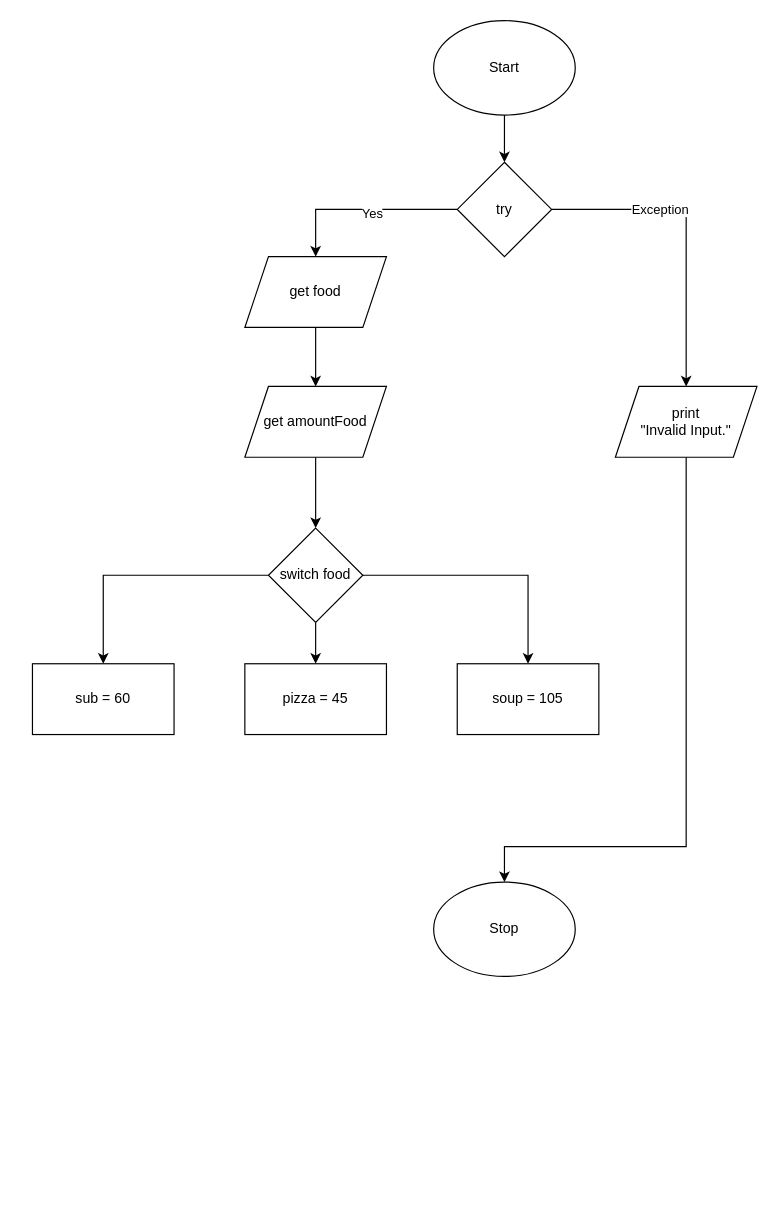
This is Design/Unit1-03.drawio from dbcalitis/ics4u-unit1-03-typescript, a draw.io file, before an edit. Source tidied: cells renumbered, new cells numbered last; positions are measured from the earlier drawing's top-left corner, leaving out a move shared by most shapes. Both pictures are drawn from the tidied source at 118%, with x=0, y=0 at pixel (32, 20).
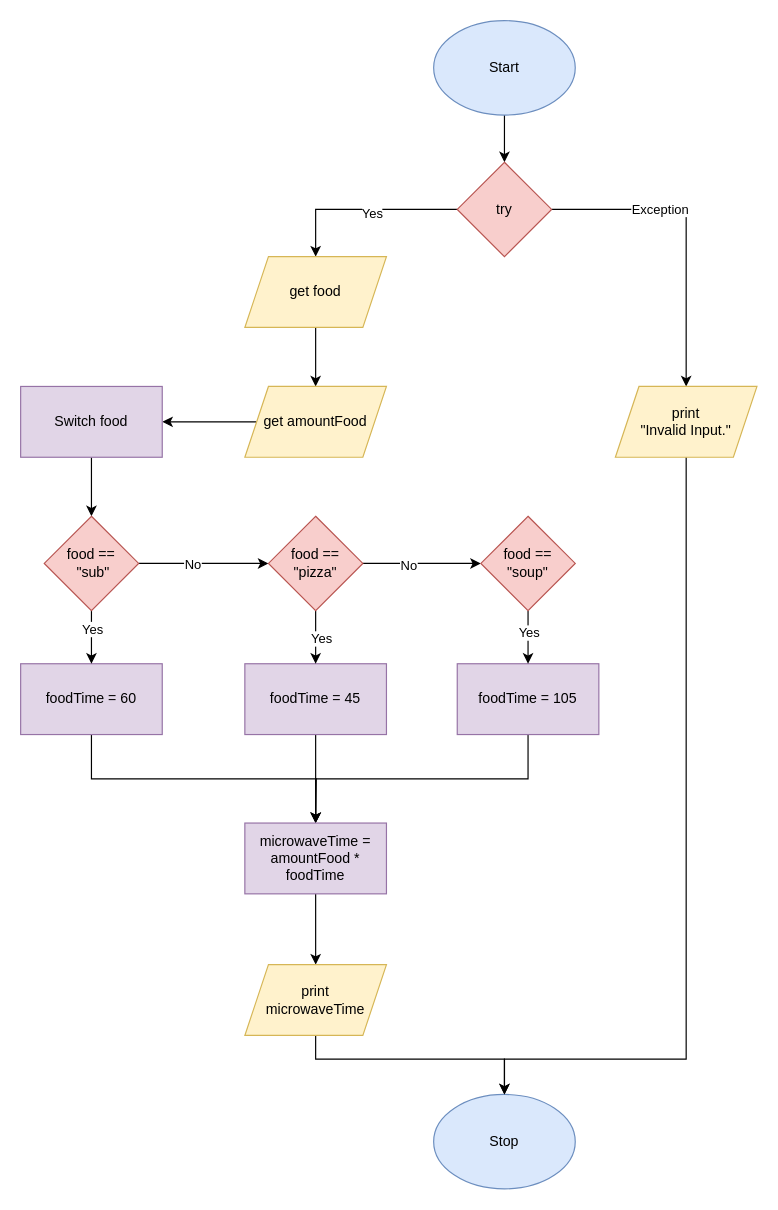
Above is the later version.

Commit message (it also covers changes not shown here):
Updated Design Content

The edit, as a diff of the source:
```diff
@@
-    <mxCell id="3" value="Start" style="ellipse;whiteSpace=wrap;html=1;" parent="1" vertex="1">
+    <mxCell id="3" value="Start" style="ellipse;whiteSpace=wrap;html=1;fillColor=#dae8fc;strokeColor=#6c8ebf;" parent="1" vertex="1">
       <mxGeometry x="340" width="120" height="80" as="geometry" />
     </mxCell>
-    <mxCell id="4" value="Stop" style="ellipse;whiteSpace=wrap;html=1;" parent="1" vertex="1">
-      <mxGeometry x="340" y="730" width="120" height="80" as="geometry" />
+    <mxCell id="4" value="Stop" style="ellipse;whiteSpace=wrap;html=1;fillColor=#dae8fc;strokeColor=#6c8ebf;" parent="1" vertex="1">
+      <mxGeometry x="340" y="910" width="120" height="80" as="geometry" />
     </mxCell>
@@
-    <mxCell id="9" value="try" style="rhombus;whiteSpace=wrap;html=1;" parent="1" vertex="1">
+    <mxCell id="9" value="try" style="rhombus;whiteSpace=wrap;html=1;fillColor=#f8cecc;strokeColor=#b85450;" parent="1" vertex="1">
       <mxGeometry x="360" y="120" width="80" height="80" as="geometry" />
     </mxCell>
@@
-    <mxCell id="11" value="get food" style="shape=parallelogram;perimeter=parallelogramPerimeter;whiteSpace=wrap;html=1;fixedSize=1;" parent="1" vertex="1">
+    <mxCell id="11" value="get food" style="shape=parallelogram;perimeter=parallelogramPerimeter;whiteSpace=wrap;html=1;fixedSize=1;fillColor=#fff2cc;strokeColor=#d6b656;" parent="1" vertex="1">
       <mxGeometry x="180" y="200" width="120" height="60" as="geometry" />
     </mxCell>
-    <mxCell id="12" style="edgeStyle=orthogonalEdgeStyle;rounded=0;html=1;exitX=0.5;exitY=1;exitDx=0;exitDy=0;entryX=0.5;entryY=0;entryDx=0;entryDy=0;" parent="1" edge="1" source="13" target="19">
-      <mxGeometry relative="1" as="geometry" />
-    </mxCell>
+    <mxCell id="23" style="edgeStyle=orthogonalEdgeStyle;rounded=0;html=1;exitX=0;exitY=0.5;exitDx=0;exitDy=0;entryX=1;entryY=0.5;entryDx=0;entryDy=0;" parent="1" edge="1" source="13" target="28">
+      <mxGeometry relative="1" as="geometry" />
+    </mxCell>
-    <mxCell id="13" value="get amountFood" style="shape=parallelogram;perimeter=parallelogramPerimeter;whiteSpace=wrap;html=1;fixedSize=1;" parent="1" vertex="1">
+    <mxCell id="13" value="get amountFood" style="shape=parallelogram;perimeter=parallelogramPerimeter;whiteSpace=wrap;html=1;fixedSize=1;fillColor=#fff2cc;strokeColor=#d6b656;" parent="1" vertex="1">
       <mxGeometry x="180" y="310" width="120" height="60" as="geometry" />
     </mxCell>
     <mxCell id="14" style="edgeStyle=orthogonalEdgeStyle;rounded=0;html=1;exitX=0.5;exitY=1;exitDx=0;exitDy=0;" parent="1" edge="1" source="15" target="4">
       <mxGeometry relative="1" as="geometry">
         <Array as="points">
-          <mxPoint x="554" y="700" />
-          <mxPoint x="400" y="700" />
+          <mxPoint x="554" y="880" />
+          <mxPoint x="400" y="880" />
         </Array>
       </mxGeometry>
     </mxCell>
-    <mxCell id="15" value="print &lt;br&gt;&quot;Invalid Input.&quot;" style="shape=parallelogram;perimeter=parallelogramPerimeter;whiteSpace=wrap;html=1;fixedSize=1;" parent="1" vertex="1">
+    <mxCell id="15" value="print &lt;br&gt;&quot;Invalid Input.&quot;" style="shape=parallelogram;perimeter=parallelogramPerimeter;whiteSpace=wrap;html=1;fixedSize=1;fillColor=#fff2cc;strokeColor=#d6b656;" parent="1" vertex="1">
       <mxGeometry x="494" y="310" width="120" height="60" as="geometry" />
     </mxCell>
-    <mxCell id="16" style="edgeStyle=orthogonalEdgeStyle;rounded=0;html=1;exitX=0.5;exitY=1;exitDx=0;exitDy=0;entryX=0.5;entryY=0;entryDx=0;entryDy=0;" parent="1" edge="1" source="19" target="21">
-      <mxGeometry relative="1" as="geometry" />
-    </mxCell>
-    <mxCell id="17" style="edgeStyle=orthogonalEdgeStyle;rounded=0;html=1;exitX=0;exitY=0.5;exitDx=0;exitDy=0;entryX=0.5;entryY=0;entryDx=0;entryDy=0;" parent="1" edge="1" source="19" target="20">
-      <mxGeometry relative="1" as="geometry" />
-    </mxCell>
-    <mxCell id="18" style="edgeStyle=orthogonalEdgeStyle;rounded=0;html=1;exitX=1;exitY=0.5;exitDx=0;exitDy=0;" parent="1" edge="1" source="19" target="22">
-      <mxGeometry relative="1" as="geometry" />
-    </mxCell>
-    <mxCell id="19" value="switch food" style="rhombus;whiteSpace=wrap;html=1;" parent="1" vertex="1">
-      <mxGeometry x="200" y="430" width="80" height="80" as="geometry" />
-    </mxCell>
+    <mxCell id="24" style="edgeStyle=orthogonalEdgeStyle;rounded=0;html=1;exitX=0.5;exitY=1;exitDx=0;exitDy=0;" parent="1" edge="1" source="20">
+      <mxGeometry relative="1" as="geometry">
+        <mxPoint x="240" y="680" as="targetPoint" />
+      </mxGeometry>
+    </mxCell>
-    <mxCell id="20" value="sub = 60" style="rounded=0;whiteSpace=wrap;html=1;" parent="1" vertex="1">
-      <mxGeometry y="545" width="120" height="60" as="geometry" />
+    <mxCell id="20" value="foodTime = 60" style="rounded=0;whiteSpace=wrap;html=1;fillColor=#e1d5e7;strokeColor=#9673a6;" parent="1" vertex="1">
+      <mxGeometry x="-10" y="545" width="120" height="60" as="geometry" />
     </mxCell>
+    <mxCell id="25" style="edgeStyle=orthogonalEdgeStyle;rounded=0;html=1;exitX=0.5;exitY=1;exitDx=0;exitDy=0;" parent="1" edge="1" source="21" target="43">
+      <mxGeometry relative="1" as="geometry" />
+    </mxCell>
-    <mxCell id="21" value="pizza = 45" style="rounded=0;whiteSpace=wrap;html=1;" parent="1" vertex="1">
+    <mxCell id="21" value="foodTime = 45" style="rounded=0;whiteSpace=wrap;html=1;fillColor=#e1d5e7;strokeColor=#9673a6;" parent="1" vertex="1">
       <mxGeometry x="180" y="545" width="120" height="60" as="geometry" />
     </mxCell>
+    <mxCell id="26" style="edgeStyle=orthogonalEdgeStyle;rounded=0;html=1;exitX=0.5;exitY=1;exitDx=0;exitDy=0;" parent="1" edge="1" source="22" target="43">
+      <mxGeometry relative="1" as="geometry" />
+    </mxCell>
-    <mxCell id="22" value="soup = 105" style="rounded=0;whiteSpace=wrap;html=1;" parent="1" vertex="1">
+    <mxCell id="22" value="foodTime = 105" style="rounded=0;whiteSpace=wrap;html=1;fillColor=#e1d5e7;strokeColor=#9673a6;" parent="1" vertex="1">
       <mxGeometry x="360" y="545" width="120" height="60" as="geometry" />
     </mxCell>
+    <mxCell id="27" style="edgeStyle=orthogonalEdgeStyle;rounded=0;html=1;exitX=0.5;exitY=1;exitDx=0;exitDy=0;entryX=0.5;entryY=0;entryDx=0;entryDy=0;" parent="1" edge="1" source="28" target="33">
+      <mxGeometry relative="1" as="geometry" />
+    </mxCell>
+    <mxCell id="28" value="Switch food" style="rounded=0;whiteSpace=wrap;html=1;fillColor=#e1d5e7;strokeColor=#9673a6;" parent="1" vertex="1">
+      <mxGeometry x="-10" y="310" width="120" height="60" as="geometry" />
+    </mxCell>
+    <mxCell id="29" style="edgeStyle=orthogonalEdgeStyle;rounded=0;html=1;exitX=0.5;exitY=1;exitDx=0;exitDy=0;" parent="1" edge="1" source="33" target="20">
+      <mxGeometry relative="1" as="geometry" />
+    </mxCell>
+    <mxCell id="30" value="Yes" style="edgeLabel;html=1;align=center;verticalAlign=middle;" parent="29" vertex="1">
+      <mxGeometry x="-0.32" relative="1" as="geometry" />
+    </mxCell>
+    <mxCell id="31" style="edgeStyle=orthogonalEdgeStyle;rounded=0;html=1;exitX=1;exitY=0.5;exitDx=0;exitDy=0;entryX=0;entryY=0.5;entryDx=0;entryDy=0;" parent="1" edge="1" source="33" target="38">
+      <mxGeometry relative="1" as="geometry" />
+    </mxCell>
+    <mxCell id="32" value="No" style="edgeLabel;html=1;align=center;verticalAlign=middle;" parent="31" vertex="1">
+      <mxGeometry x="-0.19" relative="1" as="geometry" />
+    </mxCell>
+    <mxCell id="33" value="food ==&lt;br&gt;&amp;nbsp;&quot;sub&quot;" style="rhombus;whiteSpace=wrap;html=1;fillColor=#f8cecc;strokeColor=#b85450;" parent="1" vertex="1">
+      <mxGeometry x="10" y="420" width="80" height="80" as="geometry" />
+    </mxCell>
+    <mxCell id="34" style="edgeStyle=orthogonalEdgeStyle;rounded=0;html=1;exitX=1;exitY=0.5;exitDx=0;exitDy=0;entryX=0;entryY=0.5;entryDx=0;entryDy=0;" parent="1" edge="1" source="38" target="41">
+      <mxGeometry relative="1" as="geometry" />
+    </mxCell>
+    <mxCell id="35" value="No" style="edgeLabel;html=1;align=center;verticalAlign=middle;" parent="34" vertex="1">
+      <mxGeometry x="-0.25" y="-1" relative="1" as="geometry" />
+    </mxCell>
+    <mxCell id="36" style="edgeStyle=orthogonalEdgeStyle;rounded=0;html=1;exitX=0.5;exitY=1;exitDx=0;exitDy=0;entryX=0.5;entryY=0;entryDx=0;entryDy=0;" parent="1" edge="1" source="38" target="21">
+      <mxGeometry relative="1" as="geometry" />
+    </mxCell>
+    <mxCell id="37" value="Yes" style="edgeLabel;html=1;align=center;verticalAlign=middle;" parent="36" vertex="1">
+      <mxGeometry x="0.03" y="4" relative="1" as="geometry" />
+    </mxCell>
+    <mxCell id="38" value="food == &quot;pizza&quot;" style="rhombus;whiteSpace=wrap;html=1;fillColor=#f8cecc;strokeColor=#b85450;" parent="1" vertex="1">
+      <mxGeometry x="200" y="420" width="80" height="80" as="geometry" />
+    </mxCell>
+    <mxCell id="39" style="edgeStyle=orthogonalEdgeStyle;rounded=0;html=1;exitX=0.5;exitY=1;exitDx=0;exitDy=0;entryX=0.5;entryY=0;entryDx=0;entryDy=0;" parent="1" edge="1" source="41" target="22">
+      <mxGeometry relative="1" as="geometry" />
+    </mxCell>
+    <mxCell id="40" value="Yes" style="edgeLabel;html=1;align=center;verticalAlign=middle;" parent="39" vertex="1">
+      <mxGeometry x="-0.2" relative="1" as="geometry" />
+    </mxCell>
+    <mxCell id="41" value="food == &quot;soup&quot;" style="rhombus;whiteSpace=wrap;html=1;fillColor=#f8cecc;strokeColor=#b85450;" parent="1" vertex="1">
+      <mxGeometry x="380" y="420" width="80" height="80" as="geometry" />
+    </mxCell>
+    <mxCell id="42" style="edgeStyle=orthogonalEdgeStyle;rounded=0;html=1;exitX=0.5;exitY=1;exitDx=0;exitDy=0;entryX=0.5;entryY=0;entryDx=0;entryDy=0;" parent="1" edge="1" source="43" target="45">
+      <mxGeometry relative="1" as="geometry" />
+    </mxCell>
+    <mxCell id="43" value="microwaveTime = amountFood * foodTime" style="rounded=0;whiteSpace=wrap;html=1;fillColor=#e1d5e7;strokeColor=#9673a6;" parent="1" vertex="1">
+      <mxGeometry x="180" y="680" width="120" height="60" as="geometry" />
+    </mxCell>
+    <mxCell id="44" style="edgeStyle=orthogonalEdgeStyle;rounded=0;html=1;exitX=1;exitY=0.5;exitDx=0;exitDy=0;" parent="1" edge="1" source="45" target="4">
+      <mxGeometry relative="1" as="geometry">
+        <Array as="points">
+          <mxPoint x="240" y="830" />
+          <mxPoint x="240" y="880" />
+          <mxPoint x="400" y="880" />
+        </Array>
+      </mxGeometry>
+    </mxCell>
+    <mxCell id="45" value="print &lt;br&gt;microwaveTime" style="shape=parallelogram;perimeter=parallelogramPerimeter;whiteSpace=wrap;html=1;fixedSize=1;fillColor=#fff2cc;strokeColor=#d6b656;" parent="1" vertex="1">
+      <mxGeometry x="180" y="800" width="120" height="60" as="geometry" />
+    </mxCell>
```
